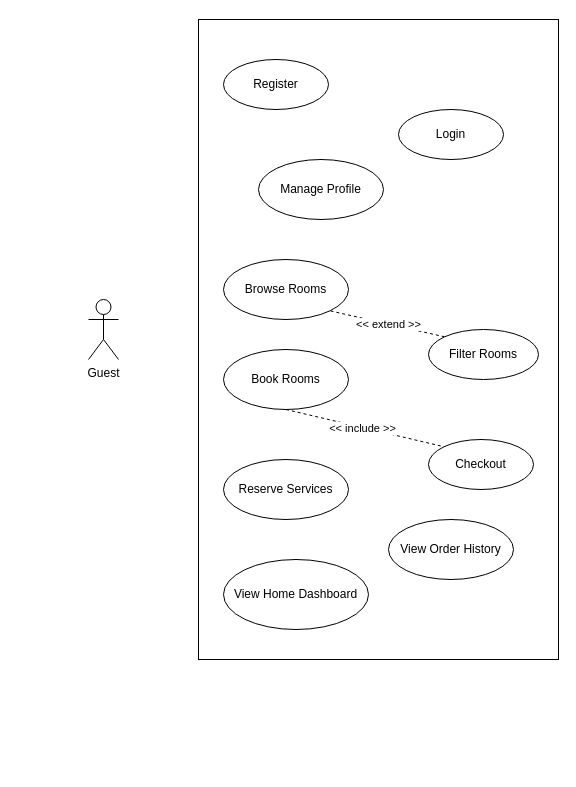
Above: MAD Use Case V1.drawio in redhooddev/diagrams (draw.io), before the change. Source tidied: cells renumbered, new cells numbered last; positions are measured from the earlier drawing's top-left corner, leaving out a move shared by most shapes. Both pictures are drawn from the tidied source at 100%, with x=0, y=0 at pixel (88, 19).
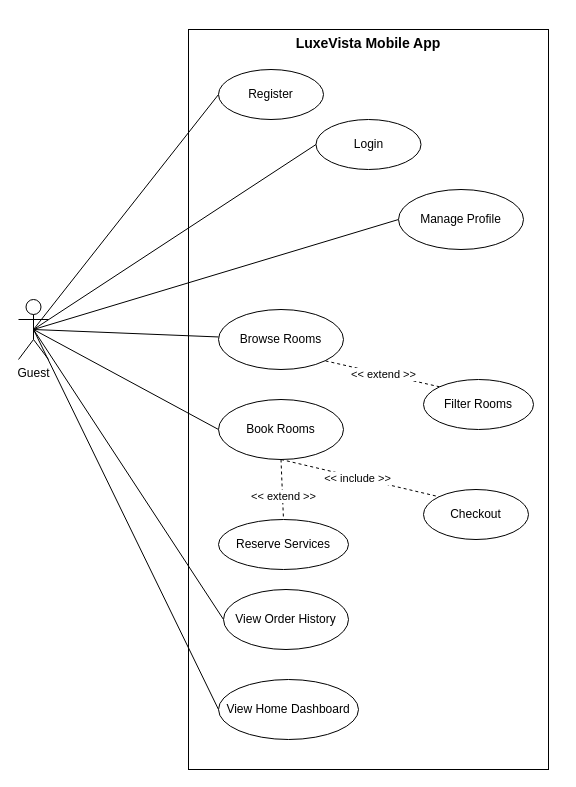
Above is the later version.

Diff of the diagram source:
```diff
@@
+    <mxCell id="3" style="rounded=0;whiteSpace=wrap;html=1;strokeWidth=1;" parent="1" vertex="1">
+      <mxGeometry x="100" y="10" width="360" height="740" as="geometry" />
+    </mxCell>
+    <mxCell id="18" style="rounded=0;jettySize=auto;html=1;exitX=0.5;exitY=0.5;exitDx=0;exitDy=0;exitPerimeter=0;entryX=0;entryY=0.5;entryDx=0;entryDy=0;endArrow=none;endFill=0;" parent="1" edge="1" source="2" target="4">
+      <mxGeometry relative="1" as="geometry" />
+    </mxCell>
+    <mxCell id="19" style="rounded=0;jettySize=auto;html=1;exitX=0.5;exitY=0.5;exitDx=0;exitDy=0;exitPerimeter=0;entryX=0;entryY=0.5;entryDx=0;entryDy=0;endArrow=none;endFill=0;" parent="1" edge="1" source="2" target="5">
+      <mxGeometry relative="1" as="geometry" />
+    </mxCell>
+    <mxCell id="20" style="rounded=0;jettySize=auto;html=1;exitX=0.5;exitY=0.5;exitDx=0;exitDy=0;exitPerimeter=0;entryX=0;entryY=0.5;entryDx=0;entryDy=0;endArrow=none;endFill=0;" parent="1" edge="1" source="2" target="6">
+      <mxGeometry relative="1" as="geometry" />
+    </mxCell>
+    <mxCell id="21" style="rounded=0;jettySize=auto;html=1;exitX=0.5;exitY=0.5;exitDx=0;exitDy=0;exitPerimeter=0;endArrow=none;endFill=0;" parent="1" edge="1" source="2" target="7">
+      <mxGeometry relative="1" as="geometry" />
+    </mxCell>
+    <mxCell id="22" style="rounded=0;jettySize=auto;html=1;exitX=0.5;exitY=0.5;exitDx=0;exitDy=0;exitPerimeter=0;entryX=0;entryY=0.5;entryDx=0;entryDy=0;endArrow=none;endFill=0;" parent="1" edge="1" source="2" target="13">
+      <mxGeometry relative="1" as="geometry" />
+    </mxCell>
+    <mxCell id="23" style="rounded=0;jettySize=auto;html=1;exitX=0.5;exitY=0.5;exitDx=0;exitDy=0;exitPerimeter=0;entryX=0;entryY=0.5;entryDx=0;entryDy=0;endArrow=none;endFill=0;" parent="1" edge="1" source="2" target="16">
+      <mxGeometry relative="1" as="geometry" />
+    </mxCell>
+    <mxCell id="24" style="rounded=0;jettySize=auto;html=1;exitX=0.5;exitY=0.5;exitDx=0;exitDy=0;exitPerimeter=0;entryX=0;entryY=0.5;entryDx=0;entryDy=0;endArrow=none;endFill=0;" parent="1" edge="1" source="2" target="17">
+      <mxGeometry relative="1" as="geometry" />
+    </mxCell>
     <mxCell id="2" value="Guest" style="shape=umlActor;verticalLabelPosition=bottom;verticalAlign=top;html=1;outlineConnect=0;" parent="1" vertex="1">
-      <mxGeometry y="280" width="30" height="60" as="geometry" />
+      <mxGeometry x="-70" y="280" width="30" height="60" as="geometry" />
     </mxCell>
-    <mxCell id="3" style="rounded=0;whiteSpace=wrap;html=1;" parent="1" vertex="1">
-      <mxGeometry x="110" width="360" height="640" as="geometry" />
-    </mxCell>
     <mxCell id="4" value="Register" style="ellipse;whiteSpace=wrap;html=1;" parent="1" vertex="1">
-      <mxGeometry x="135" y="40" width="105" height="50" as="geometry" />
+      <mxGeometry x="130" y="50" width="105" height="50" as="geometry" />
     </mxCell>
     <mxCell id="5" value="Login" style="ellipse;whiteSpace=wrap;html=1;" parent="1" vertex="1">
-      <mxGeometry x="310" y="90" width="105" height="50" as="geometry" />
+      <mxGeometry x="227.5" y="100" width="105" height="50" as="geometry" />
     </mxCell>
     <mxCell id="6" value="Manage Profile" style="ellipse;whiteSpace=wrap;html=1;" parent="1" vertex="1">
-      <mxGeometry x="170" y="140" width="125" height="60" as="geometry" />
+      <mxGeometry x="310" y="170" width="125" height="60" as="geometry" />
     </mxCell>
     <mxCell id="7" value="Browse Rooms" style="ellipse;whiteSpace=wrap;html=1;" parent="1" vertex="1">
-      <mxGeometry x="135" y="240" width="125" height="60" as="geometry" />
+      <mxGeometry x="130" y="290" width="125" height="60" as="geometry" />
     </mxCell>
@@
     <mxCell id="10" value="Filter Rooms" style="ellipse;whiteSpace=wrap;html=1;" parent="1" vertex="1">
-      <mxGeometry x="340" y="310" width="110" height="50" as="geometry" />
+      <mxGeometry x="335" y="360" width="110" height="50" as="geometry" />
     </mxCell>
@@
+    <mxCell id="25" style="rounded=0;jettySize=auto;html=1;exitX=0.5;exitY=1;exitDx=0;exitDy=0;entryX=0.5;entryY=0;entryDx=0;entryDy=0;endArrow=none;endFill=0;dashed=1;" parent="1" edge="1" source="13" target="15">
+      <mxGeometry relative="1" as="geometry" />
+    </mxCell>
+    <mxCell id="26" value="&amp;lt;&amp;lt; extend &amp;gt;&amp;gt;" style="edgeLabel;html=1;align=center;verticalAlign=middle;" parent="25" vertex="1">
+      <mxGeometry x="0.23" relative="1" as="geometry" />
+    </mxCell>
     <mxCell id="13" value="Book Rooms" style="ellipse;whiteSpace=wrap;html=1;" parent="1" vertex="1">
-      <mxGeometry x="135" y="330" width="125" height="60" as="geometry" />
+      <mxGeometry x="130" y="380" width="125" height="60" as="geometry" />
     </mxCell>
     <mxCell id="14" value="Checkout" style="ellipse;whiteSpace=wrap;html=1;" parent="1" vertex="1">
-      <mxGeometry x="340" y="420" width="105" height="50" as="geometry" />
+      <mxGeometry x="335" y="470" width="105" height="50" as="geometry" />
     </mxCell>
     <mxCell id="15" value="Reserve Services" style="ellipse;whiteSpace=wrap;html=1;" parent="1" vertex="1">
-      <mxGeometry x="135" y="440" width="125" height="60" as="geometry" />
+      <mxGeometry x="130" y="500" width="130" height="50" as="geometry" />
     </mxCell>
     <mxCell id="16" value="View Order History" style="ellipse;whiteSpace=wrap;html=1;" parent="1" vertex="1">
-      <mxGeometry x="300" y="500" width="125" height="60" as="geometry" />
+      <mxGeometry x="135" y="570" width="125" height="60" as="geometry" />
     </mxCell>
     <mxCell id="17" value="View Home Dashboard" style="ellipse;whiteSpace=wrap;html=1;" parent="1" vertex="1">
-      <mxGeometry x="135" y="540" width="145" height="70" as="geometry" />
+      <mxGeometry x="130" y="660" width="140" height="60" as="geometry" />
     </mxCell>
+    <mxCell id="27" value="&lt;b&gt;&lt;font style=&quot;font-size: 14px;&quot;&gt;&lt;br&gt;LuxeVista Mobile App&lt;br&gt;&lt;/font&gt;&lt;/b&gt;" style="text;html=1;whiteSpace=wrap;strokeColor=none;fillColor=none;align=center;verticalAlign=middle;rounded=0;" parent="1" vertex="1">
+      <mxGeometry x="195" width="170" height="30" as="geometry" />
+    </mxCell>
```
